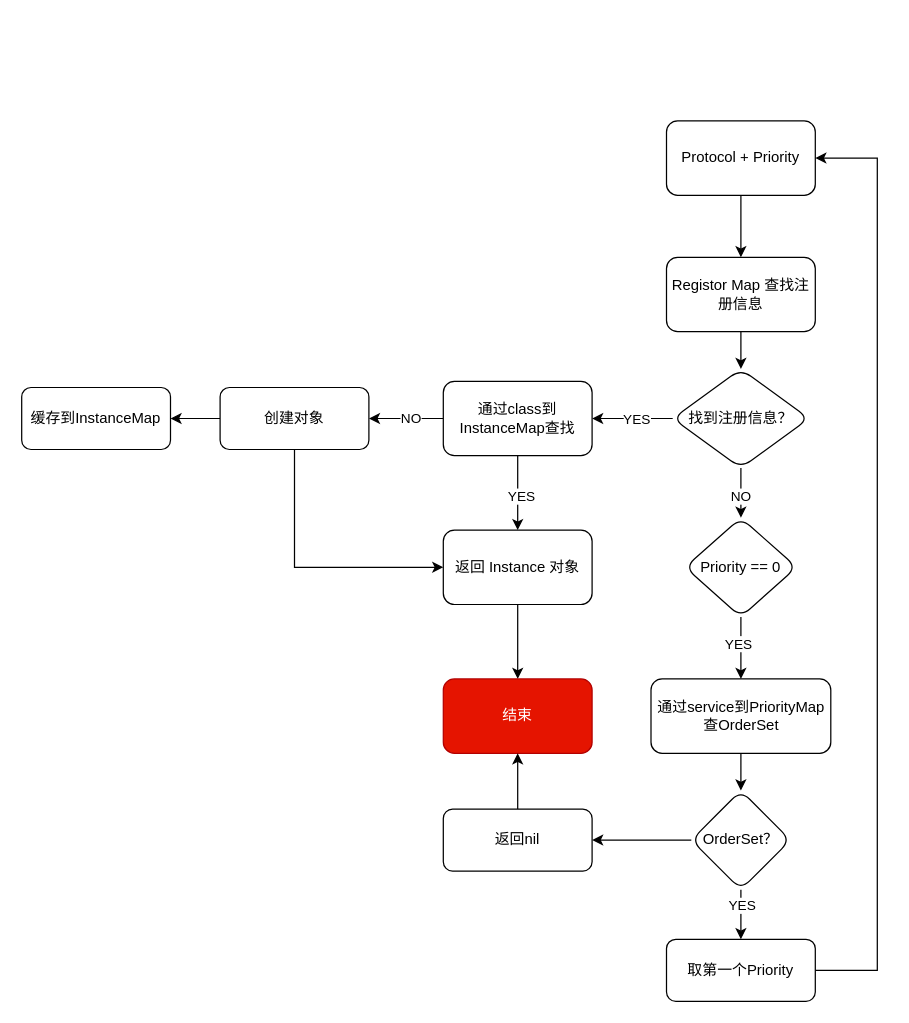
faimin/ZDMediator keeps this draw.io diagram as page "第 3 页" (3 of 3) of Resources/ZDMediator架构.drawio. Above is the earlier version. Source tidied: cells renumbered, new cells numbered last; positions are measured from the earlier drawing's top-left corner, leaving out a move shared by most shapes. Both pictures are drawn from the tidied source at 124%, with x=0, y=0 at pixel (21, 120).
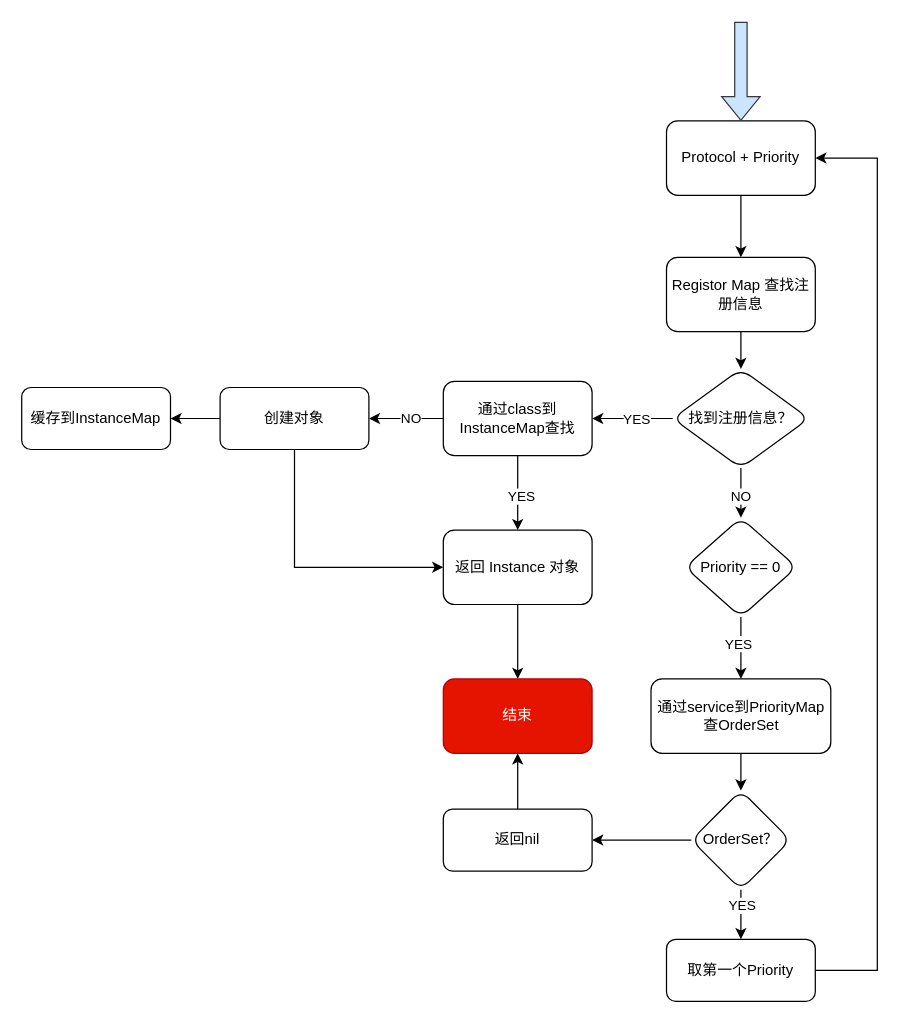
The same diagram, later.

Unchanged cells that the change refers to:
```xml
<mxCell id="3" value="Protocol + Priority" style="rounded=1;whiteSpace=wrap;html=1;" parent="1" vertex="1">
  <mxGeometry x="520" width="120" height="60" as="geometry" />
</mxCell>
```

Change to the diagram source:
```diff
@@
+    <mxCell id="36" style="shape=flexArrow;endArrow=classic;html=1;rounded=0;entryX=0.5;entryY=0;entryDx=0;entryDy=0;fillColor=#cce5ff;strokeColor=#36393d;" parent="1" edge="1" target="3">
+      <mxGeometry relative="1" as="geometry">
+        <mxPoint x="580" y="-80" as="sourcePoint" />
+      </mxGeometry>
+    </mxCell>
```
